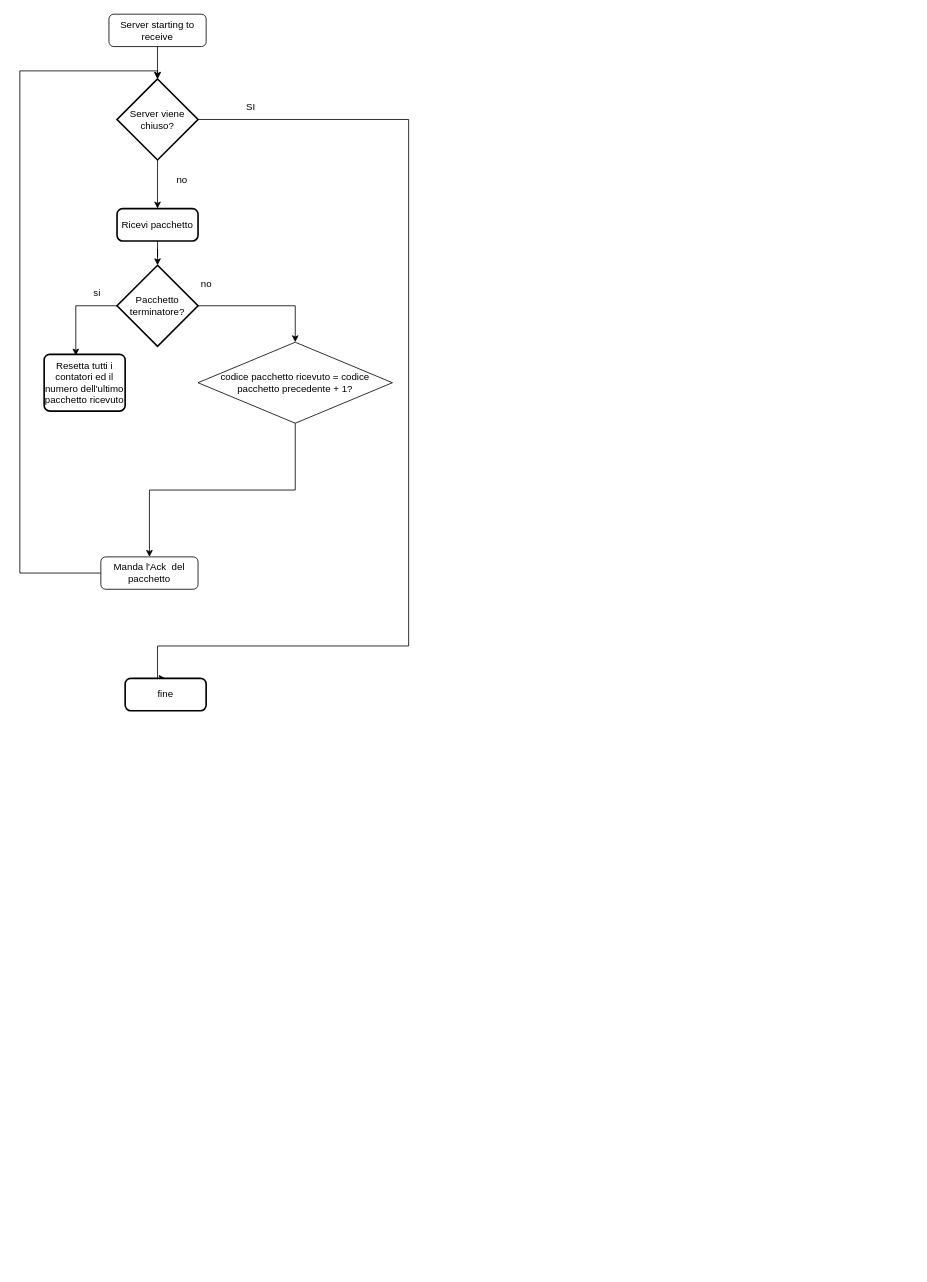
This is report/Schema.drawio from Ack008/Proge3tto-programmazione-reti, a draw.io file, before an edit. Source tidied: cells renumbered, new cells numbered last; positions are measured from the earlier drawing's top-left corner, leaving out a move shared by most shapes. Both pictures are drawn from the tidied source at 81%, with x=0, y=0 at pixel (19, 14).
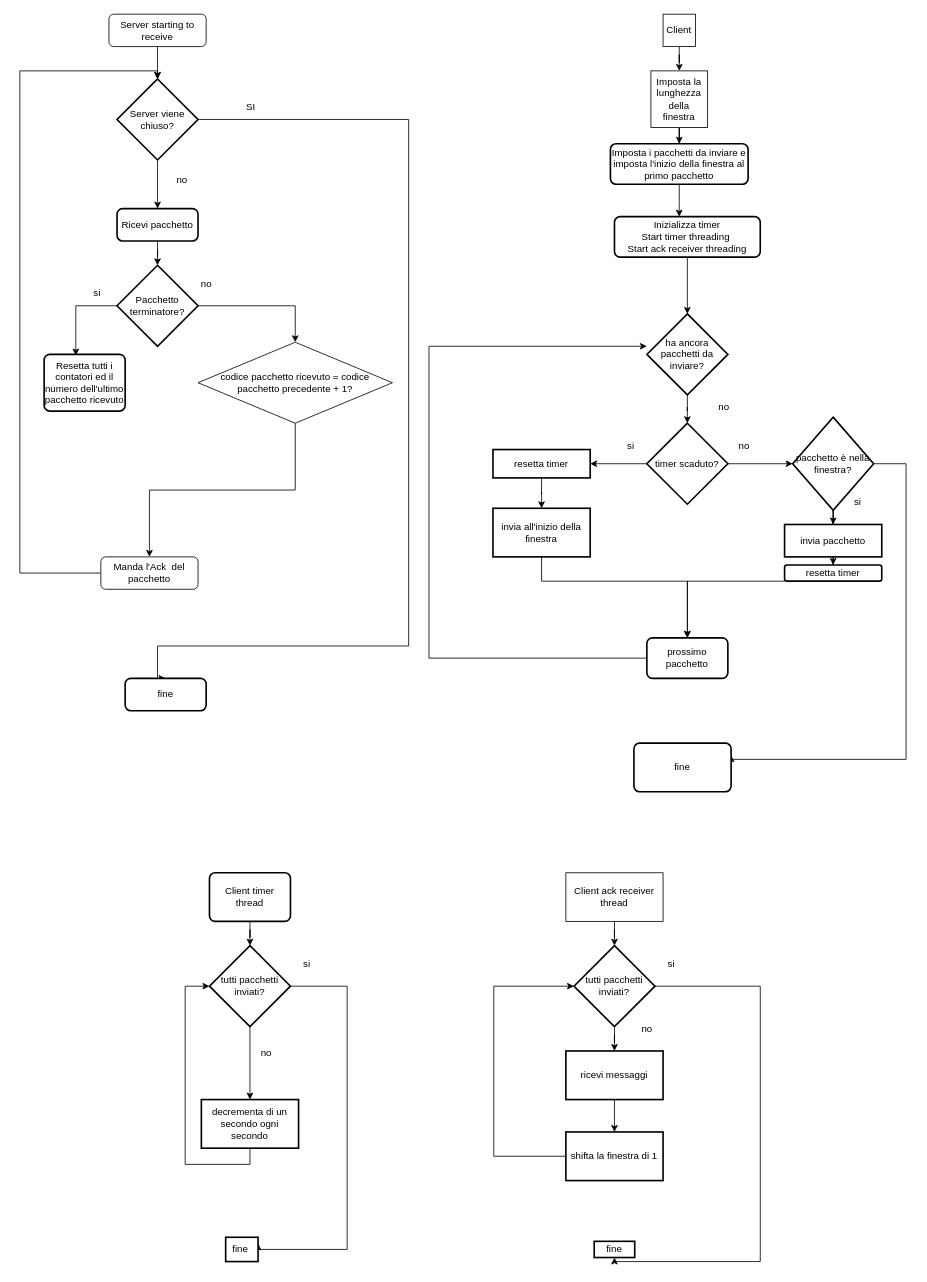
After the change.

What changed in the source:
```diff
@@
+    <mxCell id="22" style="edgeStyle=orthogonalEdgeStyle;rounded=0;jettySize=auto;html=1;" parent="1" edge="1" source="23" target="25">
+      <mxGeometry relative="1" as="geometry" />
+    </mxCell>
+    <mxCell id="23" value="Client" style="whiteSpace=wrap;html=1;" parent="1" vertex="1">
+      <mxGeometry x="794.1" width="40" height="40" as="geometry" />
+    </mxCell>
+    <mxCell id="24" style="edgeStyle=orthogonalEdgeStyle;rounded=0;jettySize=auto;html=1;entryX=0.5;entryY=0;entryDx=0;entryDy=0;" parent="1" edge="1" source="25" target="26">
+      <mxGeometry relative="1" as="geometry" />
+    </mxCell>
+    <mxCell id="25" value="Imposta la lunghezza della finestra" style="whiteSpace=wrap;html=1;" parent="1" vertex="1">
+      <mxGeometry x="779.1" y="70" width="70" height="70" as="geometry" />
+    </mxCell>
+    <mxCell id="26" value="Imposta i pacchetti da inviare e imposta l'inizio della finestra al primo pacchetto" style="rounded=1;whiteSpace=wrap;html=1;absoluteArcSize=1;arcSize=14;strokeWidth=2;" parent="1" vertex="1">
+      <mxGeometry x="729.1" y="160" width="170" height="50" as="geometry" />
+    </mxCell>
+    <mxCell id="27" style="edgeStyle=orthogonalEdgeStyle;rounded=0;jettySize=auto;html=1;" parent="1" edge="1" source="28" target="30">
+      <mxGeometry relative="1" as="geometry" />
+    </mxCell>
+    <mxCell id="28" value="&lt;div&gt;&lt;span style=&quot;background-color: transparent; color: light-dark(rgb(0, 0, 0), rgb(255, 255, 255));&quot;&gt;Inizializza timer&lt;/span&gt;&lt;/div&gt;&lt;div&gt;&lt;span style=&quot;background-color: transparent; color: light-dark(rgb(0, 0, 0), rgb(255, 255, 255));&quot;&gt;Start timer threading&amp;nbsp;&lt;/span&gt;&lt;/div&gt;&lt;div&gt;Start ack receiver threading&lt;/div&gt;" style="rounded=1;whiteSpace=wrap;html=1;absoluteArcSize=1;arcSize=14;strokeWidth=2;" parent="1" vertex="1">
+      <mxGeometry x="734.1" y="250" width="180" height="50" as="geometry" />
+    </mxCell>
+    <mxCell id="29" style="edgeStyle=orthogonalEdgeStyle;rounded=0;jettySize=auto;html=1;" parent="1" edge="1" source="30" target="35">
+      <mxGeometry relative="1" as="geometry" />
+    </mxCell>
+    <mxCell id="30" value="ha ancora pacchetti da inviare?" style="strokeWidth=2;html=1;shape=mxgraph.flowchart.decision;whiteSpace=wrap;" parent="1" vertex="1">
+      <mxGeometry x="774.1" y="370" width="100" height="100" as="geometry" />
+    </mxCell>
+    <mxCell id="31" style="edgeStyle=orthogonalEdgeStyle;rounded=0;jettySize=auto;html=1;entryX=0.444;entryY=0;entryDx=0;entryDy=0;entryPerimeter=0;" parent="1" edge="1" source="26" target="28">
+      <mxGeometry relative="1" as="geometry" />
+    </mxCell>
+    <mxCell id="32" value="no" style="text;html=1;align=center;verticalAlign=middle;strokeColor=none;fillColor=none;" parent="1" vertex="1">
+      <mxGeometry x="849.1" y="470" width="40" height="30" as="geometry" />
+    </mxCell>
+    <mxCell id="33" style="edgeStyle=orthogonalEdgeStyle;rounded=0;jettySize=auto;html=1;" parent="1" edge="1" source="35" target="38">
+      <mxGeometry relative="1" as="geometry" />
+    </mxCell>
+    <mxCell id="34" style="edgeStyle=orthogonalEdgeStyle;rounded=0;jettySize=auto;html=1;" parent="1" edge="1" source="35" target="44">
+      <mxGeometry relative="1" as="geometry" />
+    </mxCell>
+    <mxCell id="35" value="timer scaduto?" style="strokeWidth=2;html=1;shape=mxgraph.flowchart.decision;whiteSpace=wrap;" parent="1" vertex="1">
+      <mxGeometry x="774.1" y="505" width="100" height="100" as="geometry" />
+    </mxCell>
+    <mxCell id="36" value="no" style="text;html=1;align=center;verticalAlign=middle;strokeColor=none;fillColor=none;" parent="1" vertex="1">
+      <mxGeometry x="874.1" y="518" width="40" height="30" as="geometry" />
+    </mxCell>
+    <mxCell id="37" style="edgeStyle=orthogonalEdgeStyle;rounded=0;jettySize=auto;html=1;" parent="1" edge="1" source="38" target="40">
+      <mxGeometry relative="1" as="geometry" />
+    </mxCell>
+    <mxCell id="38" value="pacchetto è nella finestra?" style="rhombus;whiteSpace=wrap;html=1;strokeWidth=2;" parent="1" vertex="1">
+      <mxGeometry x="954.1" y="497.5" width="100" height="115" as="geometry" />
+    </mxCell>
+    <mxCell id="39" style="edgeStyle=orthogonalEdgeStyle;rounded=0;jettySize=auto;html=1;" parent="1" edge="1" source="40" target="42">
+      <mxGeometry relative="1" as="geometry" />
+    </mxCell>
+    <mxCell id="40" value="invia pacchetto" style="whiteSpace=wrap;html=1;strokeWidth=2;" parent="1" vertex="1">
+      <mxGeometry x="944.1" y="630" width="120" height="40" as="geometry" />
+    </mxCell>
+    <mxCell id="41" style="edgeStyle=orthogonalEdgeStyle;rounded=0;jettySize=auto;html=1;" parent="1" edge="1" source="42" target="50">
+      <mxGeometry relative="1" as="geometry">
+        <Array as="points">
+          <mxPoint x="824.1" y="700" />
+        </Array>
+      </mxGeometry>
+    </mxCell>
+    <mxCell id="42" value="resetta timer" style="rounded=1;whiteSpace=wrap;html=1;strokeWidth=2;" parent="1" vertex="1">
+      <mxGeometry x="944.1" y="680" width="120" height="20" as="geometry" />
+    </mxCell>
+    <mxCell id="43" style="edgeStyle=orthogonalEdgeStyle;rounded=0;jettySize=auto;html=1;" parent="1" edge="1" source="44" target="46">
+      <mxGeometry relative="1" as="geometry" />
+    </mxCell>
+    <mxCell id="44" value="resetta timer" style="whiteSpace=wrap;html=1;strokeWidth=2;" parent="1" vertex="1">
+      <mxGeometry x="584.1" y="537.5" width="120" height="35" as="geometry" />
+    </mxCell>
+    <mxCell id="45" style="edgeStyle=orthogonalEdgeStyle;rounded=0;jettySize=auto;html=1;" parent="1" edge="1" source="46" target="50">
+      <mxGeometry relative="1" as="geometry">
+        <Array as="points">
+          <mxPoint x="644.1" y="700" />
+          <mxPoint x="824.1" y="700" />
+        </Array>
+      </mxGeometry>
+    </mxCell>
+    <mxCell id="46" value="invia all'inizio della finestra" style="whiteSpace=wrap;html=1;strokeWidth=2;" parent="1" vertex="1">
+      <mxGeometry x="584.1" y="610" width="120" height="60" as="geometry" />
+    </mxCell>
+    <mxCell id="47" value="si" style="text;html=1;align=center;verticalAlign=middle;strokeColor=none;fillColor=none;" parent="1" vertex="1">
+      <mxGeometry x="1019.1" y="588" width="30" height="30" as="geometry" />
+    </mxCell>
+    <mxCell id="48" value="si" style="text;html=1;align=center;verticalAlign=middle;strokeColor=none;fillColor=none;" parent="1" vertex="1">
+      <mxGeometry x="739.1" y="518" width="30" height="30" as="geometry" />
+    </mxCell>
+    <mxCell id="49" style="edgeStyle=orthogonalEdgeStyle;rounded=0;jettySize=auto;html=1;" parent="1" edge="1" source="50" target="30">
+      <mxGeometry relative="1" as="geometry">
+        <Array as="points">
+          <mxPoint x="505.1" y="795" />
+          <mxPoint x="505.1" y="410" />
+        </Array>
+      </mxGeometry>
+    </mxCell>
+    <mxCell id="50" value="prossimo pacchetto" style="rounded=1;whiteSpace=wrap;html=1;absoluteArcSize=1;arcSize=14;strokeWidth=2;" parent="1" vertex="1">
+      <mxGeometry x="774.1" y="770" width="100" height="50" as="geometry" />
+    </mxCell>
+    <mxCell id="51" style="edgeStyle=orthogonalEdgeStyle;rounded=0;jettySize=auto;html=1;entryX=1;entryY=0.25;entryDx=0;entryDy=0;" parent="1" edge="1" source="38" target="52">
+      <mxGeometry relative="1" as="geometry">
+        <Array as="points">
+          <mxPoint x="1094.1" y="555" />
+          <mxPoint x="1094.1" y="920" />
+          <mxPoint x="878.1" y="920" />
+        </Array>
+      </mxGeometry>
+    </mxCell>
+    <mxCell id="52" value="fine" style="whiteSpace=wrap;html=1;rounded=1;absoluteArcSize=1;arcSize=14;strokeWidth=2;" parent="1" vertex="1">
+      <mxGeometry x="758.1" y="900" width="120" height="60" as="geometry" />
+    </mxCell>
+    <mxCell id="53" style="edgeStyle=orthogonalEdgeStyle;rounded=0;jettySize=auto;html=1;" parent="1" edge="1" source="54" target="57">
+      <mxGeometry relative="1" as="geometry" />
+    </mxCell>
+    <mxCell id="54" value="Client timer thread" style="rounded=1;whiteSpace=wrap;html=1;absoluteArcSize=1;arcSize=14;strokeWidth=2;" parent="1" vertex="1">
+      <mxGeometry x="234.1" y="1060" width="100" height="60" as="geometry" />
+    </mxCell>
+    <mxCell id="55" style="edgeStyle=orthogonalEdgeStyle;rounded=0;jettySize=auto;html=1;" parent="1" edge="1" source="57" target="58">
+      <mxGeometry relative="1" as="geometry" />
+    </mxCell>
+    <mxCell id="56" style="edgeStyle=orthogonalEdgeStyle;rounded=0;jettySize=auto;html=1;entryX=1;entryY=0.25;entryDx=0;entryDy=0;" parent="1" edge="1" source="57" target="61">
+      <mxGeometry relative="1" as="geometry">
+        <Array as="points">
+          <mxPoint x="404.1" y="1200" />
+          <mxPoint x="404.1" y="1525" />
+          <mxPoint x="294.1" y="1525" />
+        </Array>
+      </mxGeometry>
+    </mxCell>
+    <mxCell id="57" value="tutti pacchetti inviati?" style="strokeWidth=2;html=1;shape=mxgraph.flowchart.decision;whiteSpace=wrap;" parent="1" vertex="1">
+      <mxGeometry x="234.1" y="1150" width="100" height="100" as="geometry" />
+    </mxCell>
+    <mxCell id="58" value="decrementa di un secondo ogni secondo" style="whiteSpace=wrap;html=1;strokeWidth=2;" parent="1" vertex="1">
+      <mxGeometry x="224.1" y="1340" width="120" height="60" as="geometry" />
+    </mxCell>
+    <mxCell id="59" style="edgeStyle=orthogonalEdgeStyle;rounded=0;jettySize=auto;html=1;entryX=0;entryY=0.5;entryDx=0;entryDy=0;entryPerimeter=0;" parent="1" edge="1" source="58" target="57">
+      <mxGeometry relative="1" as="geometry">
+        <Array as="points">
+          <mxPoint x="284.1" y="1420" />
+          <mxPoint x="204.1" y="1420" />
+          <mxPoint x="204.1" y="1200" />
+        </Array>
+      </mxGeometry>
+    </mxCell>
+    <mxCell id="60" value="no" style="text;html=1;align=center;verticalAlign=middle;strokeColor=none;fillColor=none;" parent="1" vertex="1">
+      <mxGeometry x="284.1" y="1268" width="40" height="30" as="geometry" />
+    </mxCell>
+    <mxCell id="61" value="fine&amp;nbsp;" style="whiteSpace=wrap;html=1;strokeWidth=2;" parent="1" vertex="1">
+      <mxGeometry x="254.1" y="1510" width="40" height="30" as="geometry" />
+    </mxCell>
+    <mxCell id="62" style="edgeStyle=orthogonalEdgeStyle;rounded=0;jettySize=auto;html=1;" parent="1" edge="1" source="63" target="66">
+      <mxGeometry relative="1" as="geometry" />
+    </mxCell>
+    <mxCell id="63" value="Client ack receiver thread" style="whiteSpace=wrap;html=1;" parent="1" vertex="1">
+      <mxGeometry x="674.1" y="1060" width="120" height="60" as="geometry" />
+    </mxCell>
+    <mxCell id="64" style="edgeStyle=orthogonalEdgeStyle;rounded=0;jettySize=auto;html=1;" parent="1" edge="1" source="66" target="69">
+      <mxGeometry relative="1" as="geometry" />
+    </mxCell>
+    <mxCell id="65" style="edgeStyle=orthogonalEdgeStyle;rounded=0;jettySize=auto;html=1;" parent="1" edge="1" source="66" target="72">
+      <mxGeometry relative="1" as="geometry">
+        <Array as="points">
+          <mxPoint x="914.1" y="1200" />
+          <mxPoint x="914.1" y="1540" />
+        </Array>
+      </mxGeometry>
+    </mxCell>
+    <mxCell id="66" value="tutti pacchetti inviati?" style="strokeWidth=2;html=1;shape=mxgraph.flowchart.decision;whiteSpace=wrap;" parent="1" vertex="1">
+      <mxGeometry x="684.1" y="1150" width="100" height="100" as="geometry" />
+    </mxCell>
+    <mxCell id="67" value="no" style="text;html=1;align=center;verticalAlign=middle;strokeColor=none;fillColor=none;" parent="1" vertex="1">
+      <mxGeometry x="754.1" y="1238" width="40" height="30" as="geometry" />
+    </mxCell>
+    <mxCell id="68" style="edgeStyle=orthogonalEdgeStyle;rounded=0;jettySize=auto;html=1;" parent="1" edge="1" source="69" target="71">
+      <mxGeometry relative="1" as="geometry" />
+    </mxCell>
+    <mxCell id="69" value="ricevi messaggi" style="whiteSpace=wrap;html=1;strokeWidth=2;" parent="1" vertex="1">
+      <mxGeometry x="674.1" y="1280" width="120" height="60" as="geometry" />
+    </mxCell>
+    <mxCell id="70" style="edgeStyle=orthogonalEdgeStyle;rounded=0;jettySize=auto;html=1;entryX=0;entryY=0.5;entryDx=0;entryDy=0;entryPerimeter=0;" parent="1" edge="1" source="71" target="66">
+      <mxGeometry relative="1" as="geometry">
+        <Array as="points">
+          <mxPoint x="585.1" y="1410" />
+          <mxPoint x="585.1" y="1200" />
+        </Array>
+      </mxGeometry>
+    </mxCell>
+    <mxCell id="71" value="shifta la finestra di 1" style="whiteSpace=wrap;html=1;strokeWidth=2;" parent="1" vertex="1">
+      <mxGeometry x="674.1" y="1380" width="120" height="60" as="geometry" />
+    </mxCell>
+    <mxCell id="72" value="fine" style="whiteSpace=wrap;html=1;strokeWidth=2;" parent="1" vertex="1">
+      <mxGeometry x="709.1" y="1515" width="50" height="20" as="geometry" />
+    </mxCell>
+    <mxCell id="73" value="si" style="text;html=1;align=center;verticalAlign=middle;strokeColor=none;fillColor=none;" parent="1" vertex="1">
+      <mxGeometry x="789.1" y="1158" width="30" height="30" as="geometry" />
+    </mxCell>
+    <mxCell id="74" value="si" style="text;html=1;align=center;verticalAlign=middle;strokeColor=none;fillColor=none;" parent="1" vertex="1">
+      <mxGeometry x="339.1" y="1158" width="30" height="30" as="geometry" />
+    </mxCell>
```
